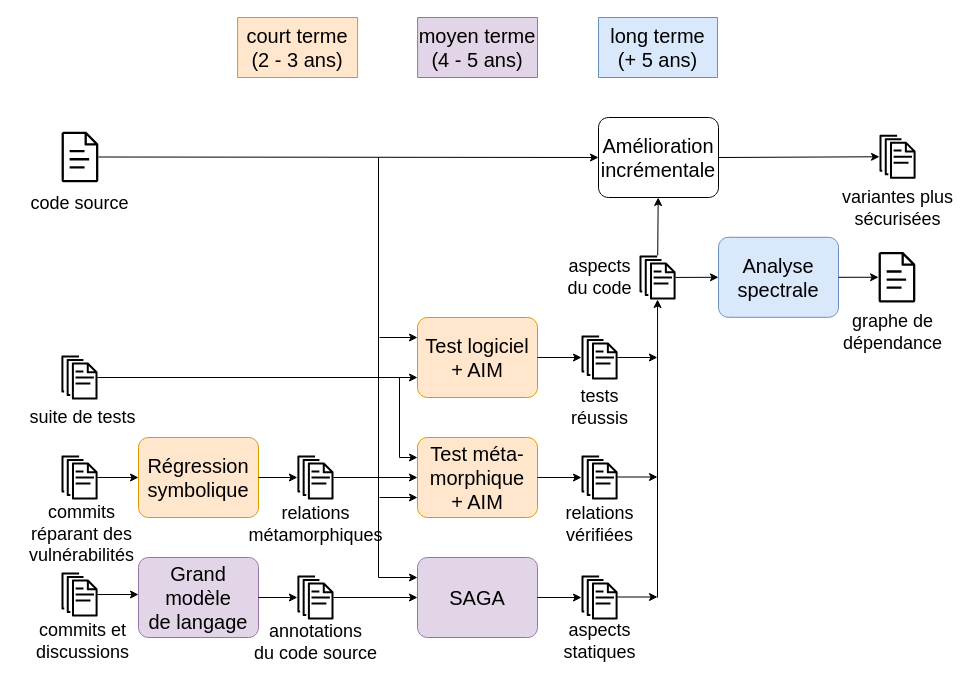
Earlier version of the draw.io diagram researchProject2026.drawio (yoann-marquer/Diagrams). Source tidied: cells renumbered, new cells numbered last; positions are measured from the earlier drawing's top-left corner, leaving out a move shared by most shapes. Both pictures are drawn from the tidied source at 100%, with x=0, y=0 at pixel (16, 17).
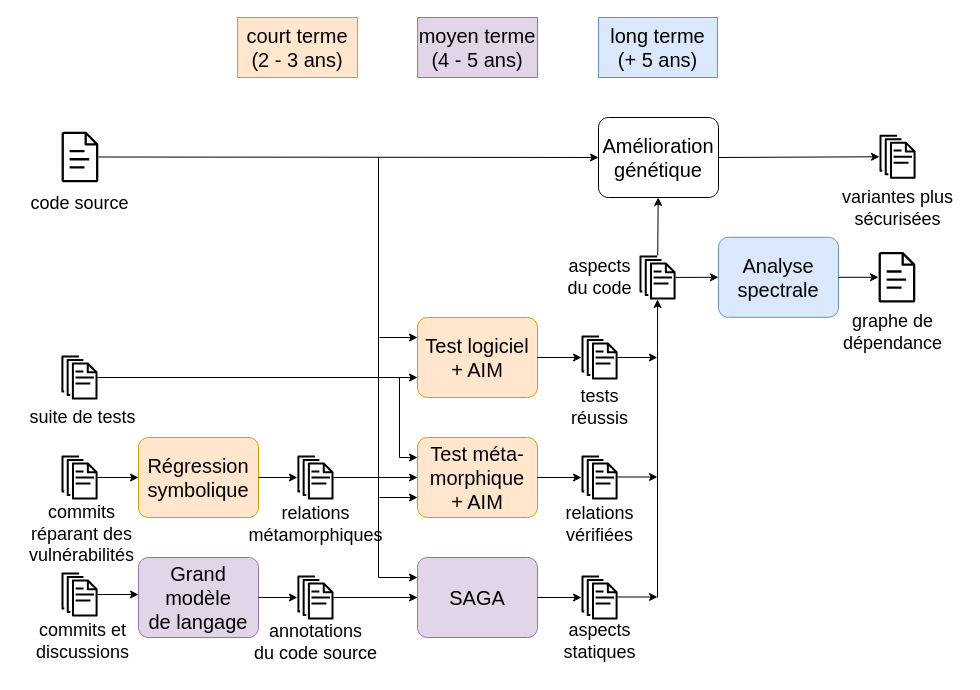
After the change.

Change to the diagram source:
```diff
@@
-    <mxCell id="3" value="&lt;div&gt;&lt;font style=&quot;font-size: 20px;&quot;&gt;Amélioration&lt;/font&gt;&lt;/div&gt;&lt;div&gt;&lt;font style=&quot;font-size: 20px;&quot;&gt;incrémentale&lt;/font&gt;&lt;/div&gt;" style="points=[[0.25,0,0],[0.5,0,0],[0.75,0,0],[1,0.25,0],[1,0.5,0],[1,0.75,0],[0.75,1,0],[0.5,1,0],[0.25,1,0],[0,0.75,0],[0,0.5,0],[0,0.25,0]];shape=mxgraph.bpmn.task;whiteSpace=wrap;rectStyle=rounded;size=10;html=1;taskMarker=abstract;fontSize=15;" parent="1" vertex="1">
+    <mxCell id="3" value="&lt;div&gt;&lt;font style=&quot;font-size: 20px;&quot;&gt;Amélioration&lt;/font&gt;&lt;/div&gt;&lt;div&gt;&lt;font style=&quot;font-size: 20px;&quot;&gt;génétique&lt;/font&gt;&lt;/div&gt;" style="points=[[0.25,0,0],[0.5,0,0],[0.75,0,0],[1,0.25,0],[1,0.5,0],[1,0.75,0],[0.75,1,0],[0.5,1,0],[0.25,1,0],[0,0.75,0],[0,0.5,0],[0,0.25,0]];shape=mxgraph.bpmn.task;whiteSpace=wrap;rectStyle=rounded;size=10;html=1;taskMarker=abstract;fontSize=15;" parent="1" vertex="1">
       <mxGeometry x="582" y="100" width="120" height="80" as="geometry" />
     </mxCell>
```
